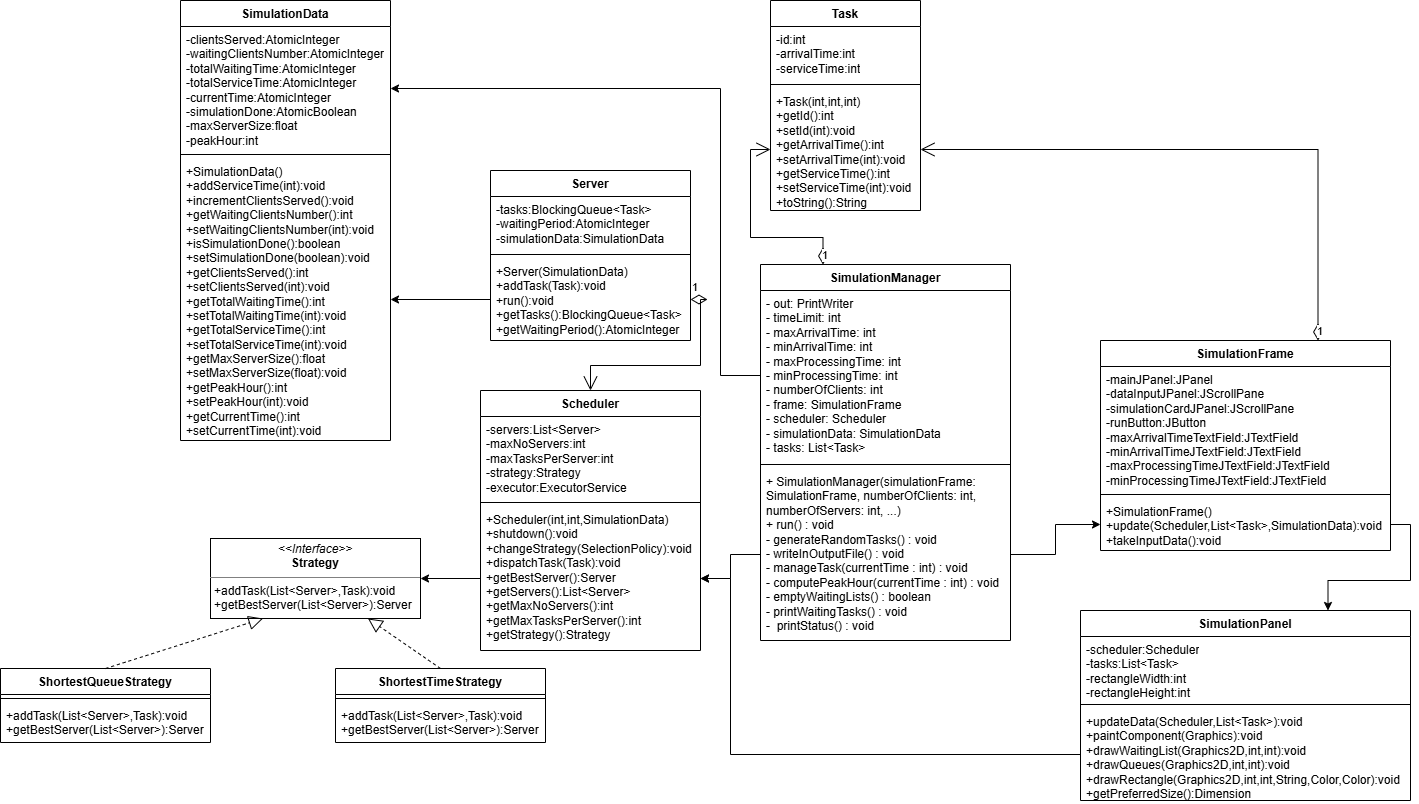
Above: src/Class_Diagram.png in dariusalbu/multithreaded-queue-simulator (draw.io), before the change. Source tidied: cells renumbered, new cells last; positions are measured from the earlier drawing's top-left corner, leaving out a move shared by most shapes.
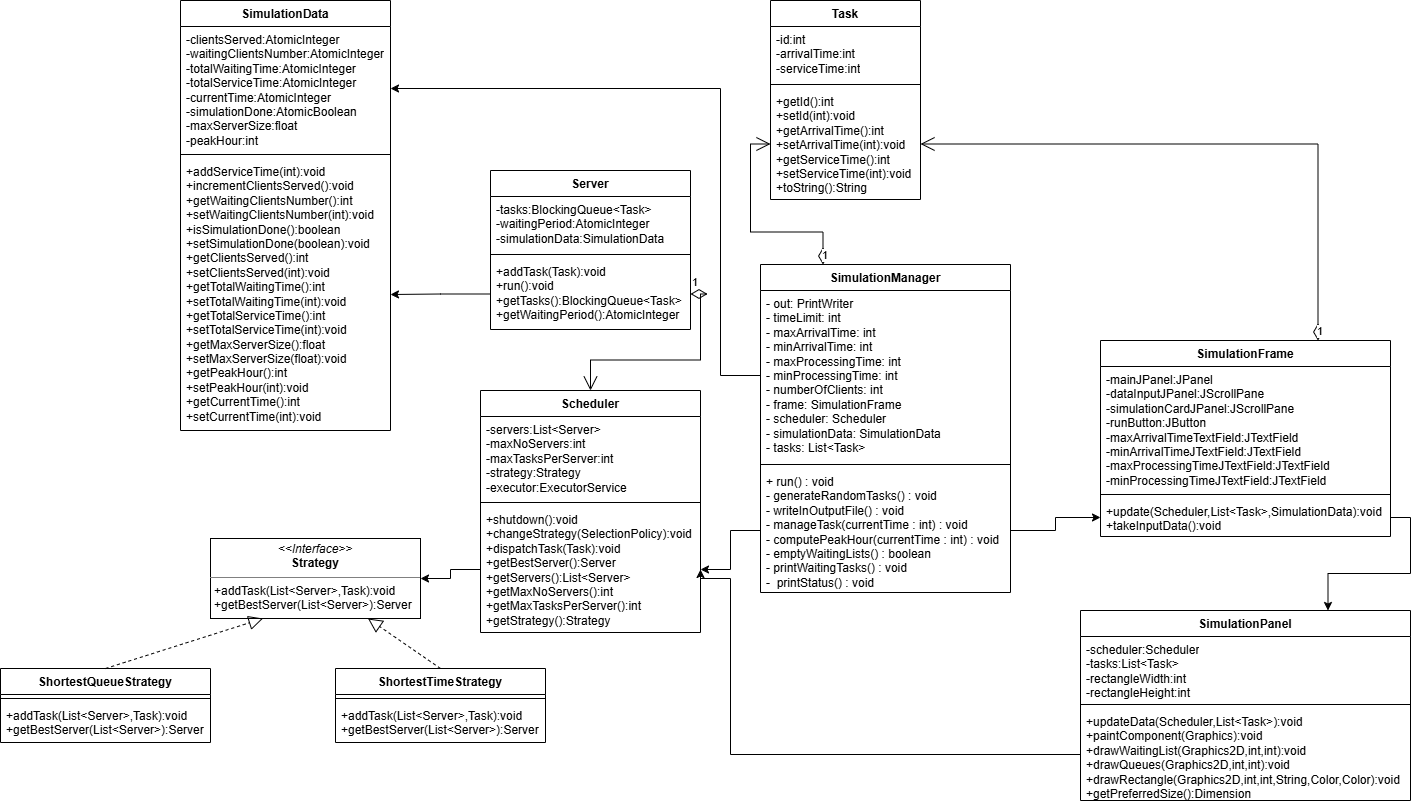
The same diagram one commit later.

Commit message:
fixed Class_Diagram

Change to the diagram source:
```diff
@@ -3,7 +3,7 @@
     <mxCell id="0" />
     <mxCell id="1" parent="0" />
     <mxCell id="2" value="SimulationManager" style="swimlane;fontStyle=1;align=center;verticalAlign=top;horizontal=1;startSize=26;whiteSpace=wrap;html=1;" parent="1" vertex="1">
-      <mxGeometry x="760" y="264" width="250" height="376" as="geometry" />
+      <mxGeometry x="760" y="264" width="250" height="328" as="geometry" />
     </mxCell>
     <mxCell id="3" value="&lt;div&gt;&lt;div&gt;- out: PrintWriter&lt;br/&gt;    - timeLimit: &lt;span class=&quot;hljs-keyword&quot;&gt;int&lt;/span&gt;&lt;br/&gt;    - maxArrivalTime: &lt;span class=&quot;hljs-keyword&quot;&gt;int&lt;/span&gt;&lt;br/&gt;    - minArrivalTime: &lt;span class=&quot;hljs-keyword&quot;&gt;int&lt;/span&gt;&lt;br/&gt;    - maxProcessingTime: &lt;span class=&quot;hljs-keyword&quot;&gt;int&lt;/span&gt;&lt;br/&gt;    - minProcessingTime: &lt;span class=&quot;hljs-keyword&quot;&gt;int&lt;/span&gt;&lt;br/&gt;    - numberOfClients: &lt;span class=&quot;hljs-keyword&quot;&gt;int&lt;/span&gt;&lt;br/&gt;    - frame: SimulationFrame&lt;br/&gt;    - scheduler: Scheduler&lt;br/&gt;    - simulationData: SimulationData&lt;br/&gt;    - tasks: List&amp;lt;Task&amp;gt;&lt;/div&gt;&lt;/div&gt;" style="text;strokeColor=none;fillColor=none;align=left;verticalAlign=top;spacingLeft=4;spacingRight=4;overflow=hidden;points=[[0,0.5],[1,0.5]];portConstraint=eastwest;whiteSpace=wrap;html=1;" parent="2" vertex="1">
       <mxGeometry y="26" width="250" height="170" as="geometry" />
@@ -11,11 +11,11 @@
     <mxCell id="4" style="line;strokeWidth=1;fillColor=none;align=left;verticalAlign=middle;spacingTop=-1;spacingLeft=3;spacingRight=3;labelPosition=right;strokeColor=inherit;" parent="2" vertex="1">
       <mxGeometry y="196" width="250" height="8" as="geometry" />
     </mxCell>
-    <mxCell id="5" value="&lt;div&gt;+ SimulationManager(simulationFrame: SimulationFrame, numberOfClients: int, numberOfServers: int, ...)&lt;/div&gt;&lt;div&gt;+ run() : void&lt;/div&gt;&lt;div&gt;- generateRandomTasks() : void&lt;/div&gt;&lt;div&gt;- writeInOutputFile() : void&lt;/div&gt;&lt;div&gt;- manageTask(currentTime : int) : void&lt;/div&gt;&lt;div&gt;- computePeakHour(currentTime : int) : void&lt;/div&gt;&lt;div&gt;- emptyWaitingLists() : boolean&lt;/div&gt;&lt;div&gt;- printWaitingTasks() : void&lt;/div&gt;&lt;div&gt;-&amp;nbsp; printStatus() : void&lt;/div&gt;" style="text;strokeColor=none;fillColor=none;align=left;verticalAlign=top;spacingLeft=4;spacingRight=4;overflow=hidden;points=[[0,0.5],[1,0.5]];portConstraint=eastwest;whiteSpace=wrap;html=1;" parent="2" vertex="1">
-      <mxGeometry y="204" width="250" height="172" as="geometry" />
+    <mxCell id="5" value="&lt;div&gt;&lt;span style=&quot;background-color: transparent; color: light-dark(rgb(0, 0, 0), rgb(255, 255, 255));&quot;&gt;+ run() : void&lt;/span&gt;&lt;/div&gt;&lt;div&gt;- generateRandomTasks() : void&lt;/div&gt;&lt;div&gt;- writeInOutputFile() : void&lt;/div&gt;&lt;div&gt;- manageTask(currentTime : int) : void&lt;/div&gt;&lt;div&gt;- computePeakHour(currentTime : int) : void&lt;/div&gt;&lt;div&gt;- emptyWaitingLists() : boolean&lt;/div&gt;&lt;div&gt;- printWaitingTasks() : void&lt;/div&gt;&lt;div&gt;-&amp;nbsp; printStatus() : void&lt;/div&gt;" style="text;strokeColor=none;fillColor=none;align=left;verticalAlign=top;spacingLeft=4;spacingRight=4;overflow=hidden;points=[[0,0.5],[1,0.5]];portConstraint=eastwest;whiteSpace=wrap;html=1;" parent="2" vertex="1">
+      <mxGeometry y="204" width="250" height="124" as="geometry" />
     </mxCell>
     <mxCell id="6" value="Server&lt;div&gt;&lt;br&gt;&lt;/div&gt;" style="swimlane;fontStyle=1;align=center;verticalAlign=top;horizontal=1;startSize=26;whiteSpace=wrap;html=1;" parent="1" vertex="1">
-      <mxGeometry x="490" y="170" width="200" height="170" as="geometry" />
+      <mxGeometry x="490" y="170" width="200" height="159" as="geometry" />
     </mxCell>
     <mxCell id="7" value="-tasks:BlockingQueue&amp;lt;Task&amp;gt;&lt;br/&gt;-waitingPeriod:AtomicInteger&lt;br/&gt;-simulationData:SimulationData" style="text;strokeColor=none;fillColor=none;align=left;verticalAlign=top;spacingLeft=4;spacingRight=4;overflow=hidden;whiteSpace=wrap;html=1;" parent="6" vertex="1">
       <mxGeometry y="26" width="200" height="54" as="geometry" />
@@ -23,11 +23,11 @@
     <mxCell id="8" style="line;strokeWidth=1;fillColor=none;align=left;verticalAlign=middle;spacingTop=-1;spacingLeft=3;spacingRight=3;labelPosition=right;strokeColor=inherit;" parent="6" vertex="1">
       <mxGeometry y="80" width="200" height="8" as="geometry" />
     </mxCell>
-    <mxCell id="9" value="+Server(SimulationData)&lt;br/&gt;+addTask(Task):void&lt;br/&gt;+run():void&lt;br/&gt;+getTasks():BlockingQueue&amp;lt;Task&amp;gt;&lt;br/&gt;+getWaitingPeriod():AtomicInteger" style="text;strokeColor=none;fillColor=none;align=left;verticalAlign=top;spacingLeft=4;spacingRight=4;overflow=hidden;points=[[0,0.5],[1,0.5]];portConstraint=eastwest;whiteSpace=wrap;html=1;" parent="6" vertex="1">
-      <mxGeometry y="88" width="200" height="82" as="geometry" />
+    <mxCell id="9" value="+addTask(Task):void&lt;br&gt;+run():void&lt;br&gt;+getTasks():BlockingQueue&amp;lt;Task&amp;gt;&lt;br&gt;+getWaitingPeriod():AtomicInteger" style="text;strokeColor=none;fillColor=none;align=left;verticalAlign=top;spacingLeft=4;spacingRight=4;overflow=hidden;points=[[0,0.5],[1,0.5]];portConstraint=eastwest;whiteSpace=wrap;html=1;" parent="6" vertex="1">
+      <mxGeometry y="88" width="200" height="71" as="geometry" />
     </mxCell>
     <mxCell id="10" value="Task" style="swimlane;fontStyle=1;align=center;verticalAlign=top;horizontal=1;startSize=26;whiteSpace=wrap;html=1;" parent="1" vertex="1">
-      <mxGeometry x="770" width="150" height="210" as="geometry" />
+      <mxGeometry x="770" width="150" height="199" as="geometry" />
     </mxCell>
     <mxCell id="11" value="-id:int&lt;br/&gt;-arrivalTime:int&lt;br/&gt;-serviceTime:int" style="text;strokeColor=none;fillColor=none;align=left;verticalAlign=top;spacingLeft=4;spacingRight=4;overflow=hidden;whiteSpace=wrap;html=1;" parent="10" vertex="1">
       <mxGeometry y="26" width="150" height="54" as="geometry" />
@@ -35,11 +35,11 @@
     <mxCell id="12" style="line;strokeWidth=1;fillColor=none;align=left;verticalAlign=middle;spacingTop=-1;spacingLeft=3;spacingRight=3;labelPosition=right;strokeColor=inherit;" parent="10" vertex="1">
       <mxGeometry y="80" width="150" height="8" as="geometry" />
     </mxCell>
-    <mxCell id="13" value="+Task(int,int,int)&lt;br/&gt;+getId():int&lt;br/&gt;+setId(int):void&lt;br/&gt;+getArrivalTime():int&lt;br/&gt;+setArrivalTime(int):void&lt;br/&gt;+getServiceTime():int&lt;br/&gt;+setServiceTime(int):void&lt;br/&gt;+toString():String" style="text;strokeColor=none;fillColor=none;align=left;verticalAlign=top;spacingLeft=4;spacingRight=4;overflow=hidden;points=[[0,0.5],[1,0.5]];portConstraint=eastwest;whiteSpace=wrap;html=1;" parent="10" vertex="1">
-      <mxGeometry y="88" width="150" height="122" as="geometry" />
+    <mxCell id="13" value="+getId():int&lt;br&gt;+setId(int):void&lt;br&gt;+getArrivalTime():int&lt;br&gt;+setArrivalTime(int):void&lt;br&gt;+getServiceTime():int&lt;br&gt;+setServiceTime(int):void&lt;br&gt;+toString():String" style="text;strokeColor=none;fillColor=none;align=left;verticalAlign=top;spacingLeft=4;spacingRight=4;overflow=hidden;points=[[0,0.5],[1,0.5]];portConstraint=eastwest;whiteSpace=wrap;html=1;" parent="10" vertex="1">
+      <mxGeometry y="88" width="150" height="111" as="geometry" />
     </mxCell>
     <mxCell id="14" value="Scheduler" style="swimlane;fontStyle=1;align=center;verticalAlign=top;horizontal=1;startSize=26;whiteSpace=wrap;html=1;" parent="1" vertex="1">
-      <mxGeometry x="480" y="390" width="220" height="260" as="geometry" />
+      <mxGeometry x="480" y="390" width="220" height="242" as="geometry" />
     </mxCell>
     <mxCell id="15" value="-servers:List&amp;lt;Server&amp;gt;&lt;br/&gt;-maxNoServers:int&lt;br/&gt;-maxTasksPerServer:int&lt;br/&gt;-strategy:Strategy&lt;br/&gt;-executor:ExecutorService" style="text;strokeColor=none;fillColor=none;align=left;verticalAlign=top;spacingLeft=4;spacingRight=4;overflow=hidden;whiteSpace=wrap;html=1;" parent="14" vertex="1">
       <mxGeometry y="26" width="220" height="82" as="geometry" />
@@ -47,11 +47,11 @@
     <mxCell id="16" style="line;strokeWidth=1;fillColor=none;align=left;verticalAlign=middle;spacingTop=-1;spacingLeft=3;spacingRight=3;labelPosition=right;strokeColor=inherit;" parent="14" vertex="1">
       <mxGeometry y="108" width="220" height="8" as="geometry" />
     </mxCell>
-    <mxCell id="17" value="+Scheduler(int,int,SimulationData)&lt;br/&gt;+shutdown():void&lt;br/&gt;+changeStrategy(SelectionPolicy):void&lt;br/&gt;+dispatchTask(Task):void&lt;br/&gt;+getBestServer():Server&lt;br/&gt;+getServers():List&amp;lt;Server&amp;gt;&lt;br/&gt;+getMaxNoServers():int&lt;br/&gt;+getMaxTasksPerServer():int&lt;br/&gt;+getStrategy():Strategy" style="text;strokeColor=none;fillColor=none;align=left;verticalAlign=top;spacingLeft=4;spacingRight=4;overflow=hidden;points=[[0,0.5],[1,0.5]];portConstraint=eastwest;whiteSpace=wrap;html=1;" parent="14" vertex="1">
-      <mxGeometry y="116" width="220" height="144" as="geometry" />
+    <mxCell id="17" value="+shutdown():void&lt;br&gt;+changeStrategy(SelectionPolicy):void&lt;br&gt;+dispatchTask(Task):void&lt;br&gt;+getBestServer():Server&lt;br&gt;+getServers():List&amp;lt;Server&amp;gt;&lt;br&gt;+getMaxNoServers():int&lt;br&gt;+getMaxTasksPerServer():int&lt;br&gt;+getStrategy():Strategy" style="text;strokeColor=none;fillColor=none;align=left;verticalAlign=top;spacingLeft=4;spacingRight=4;overflow=hidden;points=[[0,0.5],[1,0.5]];portConstraint=eastwest;whiteSpace=wrap;html=1;" parent="14" vertex="1">
+      <mxGeometry y="116" width="220" height="126" as="geometry" />
     </mxCell>
     <mxCell id="18" value="SimulationData" style="swimlane;fontStyle=1;align=center;verticalAlign=top;horizontal=1;startSize=26;whiteSpace=wrap;html=1;" parent="1" vertex="1">
-      <mxGeometry x="180" width="210" height="440" as="geometry" />
+      <mxGeometry x="180" width="210" height="430" as="geometry" />
     </mxCell>
     <mxCell id="19" value="-clientsServed:AtomicInteger&lt;br/&gt;-waitingClientsNumber:AtomicInteger&lt;br/&gt;-totalWaitingTime:AtomicInteger&lt;br/&gt;-totalServiceTime:AtomicInteger&lt;br/&gt;-currentTime:AtomicInteger&lt;br/&gt;-simulationDone:AtomicBoolean&lt;br/&gt;-maxServerSize:float&lt;br/&gt;-peakHour:int" style="text;strokeColor=none;fillColor=none;align=left;verticalAlign=top;spacingLeft=4;spacingRight=4;overflow=hidden;points=[[0,0.5],[1,0.5]];portConstraint=eastwest;whiteSpace=wrap;html=1;" parent="18" vertex="1">
       <mxGeometry y="26" width="210" height="124" as="geometry" />
@@ -59,11 +59,11 @@
     <mxCell id="20" style="line;strokeWidth=1;fillColor=none;align=left;verticalAlign=middle;spacingTop=-1;spacingLeft=3;spacingRight=3;labelPosition=right;strokeColor=inherit;" parent="18" vertex="1">
       <mxGeometry y="150" width="210" height="8" as="geometry" />
     </mxCell>
-    <mxCell id="21" value="+SimulationData()&lt;br/&gt;+addServiceTime(int):void&lt;br/&gt;+incrementClientsServed():void&lt;br/&gt;+getWaitingClientsNumber():int&lt;br/&gt;+setWaitingClientsNumber(int):void&lt;br/&gt;+isSimulationDone():boolean&lt;br/&gt;+setSimulationDone(boolean):void&lt;br/&gt;+getClientsServed():int&lt;br/&gt;+setClientsServed(int):void&lt;br/&gt;+getTotalWaitingTime():int&lt;br/&gt;+setTotalWaitingTime(int):void&lt;br/&gt;+getTotalServiceTime():int&lt;br/&gt;+setTotalServiceTime(int):void&lt;br/&gt;+getMaxServerSize():float&lt;br/&gt;+setMaxServerSize(float):void&lt;br/&gt;+getPeakHour():int&lt;br/&gt;+setPeakHour(int):void&lt;br/&gt;+getCurrentTime():int&lt;br/&gt;+setCurrentTime(int):void" style="text;strokeColor=none;fillColor=none;align=left;verticalAlign=top;spacingLeft=4;spacingRight=4;overflow=hidden;points=[[0,0.5],[1,0.5]];portConstraint=eastwest;whiteSpace=wrap;html=1;" parent="18" vertex="1">
-      <mxGeometry y="158" width="210" height="282" as="geometry" />
+    <mxCell id="21" value="+addServiceTime(int):void&lt;br&gt;+incrementClientsServed():void&lt;br&gt;+getWaitingClientsNumber():int&lt;br&gt;+setWaitingClientsNumber(int):void&lt;br&gt;+isSimulationDone():boolean&lt;br&gt;+setSimulationDone(boolean):void&lt;br&gt;+getClientsServed():int&lt;br&gt;+setClientsServed(int):void&lt;br&gt;+getTotalWaitingTime():int&lt;br&gt;+setTotalWaitingTime(int):void&lt;br&gt;+getTotalServiceTime():int&lt;br&gt;+setTotalServiceTime(int):void&lt;br&gt;+getMaxServerSize():float&lt;br&gt;+setMaxServerSize(float):void&lt;br&gt;+getPeakHour():int&lt;br&gt;+setPeakHour(int):void&lt;br&gt;+getCurrentTime():int&lt;br&gt;+setCurrentTime(int):void" style="text;strokeColor=none;fillColor=none;align=left;verticalAlign=top;spacingLeft=4;spacingRight=4;overflow=hidden;points=[[0,0.5],[1,0.5]];portConstraint=eastwest;whiteSpace=wrap;html=1;" parent="18" vertex="1">
+      <mxGeometry y="158" width="210" height="272" as="geometry" />
     </mxCell>
     <mxCell id="22" value="SimulationFrame" style="swimlane;fontStyle=1;align=center;verticalAlign=top;horizontal=1;startSize=26;whiteSpace=wrap;html=1;" parent="1" vertex="1">
-      <mxGeometry x="1100" y="340" width="290" height="210" as="geometry" />
+      <mxGeometry x="1100" y="340" width="290" height="196" as="geometry" />
     </mxCell>
     <mxCell id="23" value="-mainJPanel:JPanel&lt;br/&gt;-dataInputJPanel:JScrollPane&lt;br/&gt;-simulationCardJPanel:JScrollPane&lt;br/&gt;-runButton:JButton&lt;br/&gt;-maxArrivalTimeTextField:JTextField&lt;br/&gt;-minArrivalTimeJTextField:JTextField&lt;br/&gt;-maxProcessingTimeJTextField:JTextField&lt;br/&gt;-minProcessingTimeJTextField:JTextField" style="text;strokeColor=none;fillColor=none;align=left;verticalAlign=top;spacingLeft=4;spacingRight=4;overflow=hidden;whiteSpace=wrap;html=1;" parent="22" vertex="1">
       <mxGeometry y="26" width="290" height="124" as="geometry" />
@@ -71,8 +71,8 @@
     <mxCell id="24" style="line;strokeWidth=1;fillColor=none;align=left;verticalAlign=middle;spacingTop=-1;spacingLeft=3;spacingRight=3;labelPosition=right;strokeColor=inherit;" parent="22" vertex="1">
       <mxGeometry y="150" width="290" height="8" as="geometry" />
     </mxCell>
-    <mxCell id="25" value="+SimulationFrame()&lt;br/&gt;+update(Scheduler,List&amp;lt;Task&amp;gt;,SimulationData):void&lt;br/&gt;+takeInputData():void" style="text;strokeColor=none;fillColor=none;align=left;verticalAlign=top;spacingLeft=4;spacingRight=4;overflow=hidden;points=[[0,0.5],[1,0.5]];portConstraint=eastwest;whiteSpace=wrap;html=1;" parent="22" vertex="1">
-      <mxGeometry y="158" width="290" height="52" as="geometry" />
+    <mxCell id="25" value="+update(Scheduler,List&amp;lt;Task&amp;gt;,SimulationData):void&lt;br&gt;+takeInputData():void" style="text;strokeColor=none;fillColor=none;align=left;verticalAlign=top;spacingLeft=4;spacingRight=4;overflow=hidden;points=[[0,0.5],[1,0.5]];portConstraint=eastwest;whiteSpace=wrap;html=1;" parent="22" vertex="1">
+      <mxGeometry y="158" width="290" height="38" as="geometry" />
     </mxCell>
     <mxCell id="26" value="&lt;p style=&quot;margin:0px;margin-top:4px;text-align:center;&quot;&gt;&lt;i&gt;&amp;lt;&amp;lt;Interface&amp;gt;&amp;gt;&lt;/i&gt;&lt;br&gt;&lt;b&gt;Strategy&lt;/b&gt;&lt;/p&gt;&lt;hr size=&quot;1&quot; style=&quot;border-style:solid;&quot;&gt;&lt;p style=&quot;margin:0px;margin-left:4px;&quot;&gt;+addTask(List&amp;lt;Server&amp;gt;,Task):void&lt;br&gt;+getBestServer(List&amp;lt;Server&amp;gt;):Server&lt;/p&gt;" style="verticalAlign=top;align=left;overflow=fill;html=1;whiteSpace=wrap;" parent="1" vertex="1">
       <mxGeometry x="210" y="538" width="210" height="80" as="geometry" />
```
